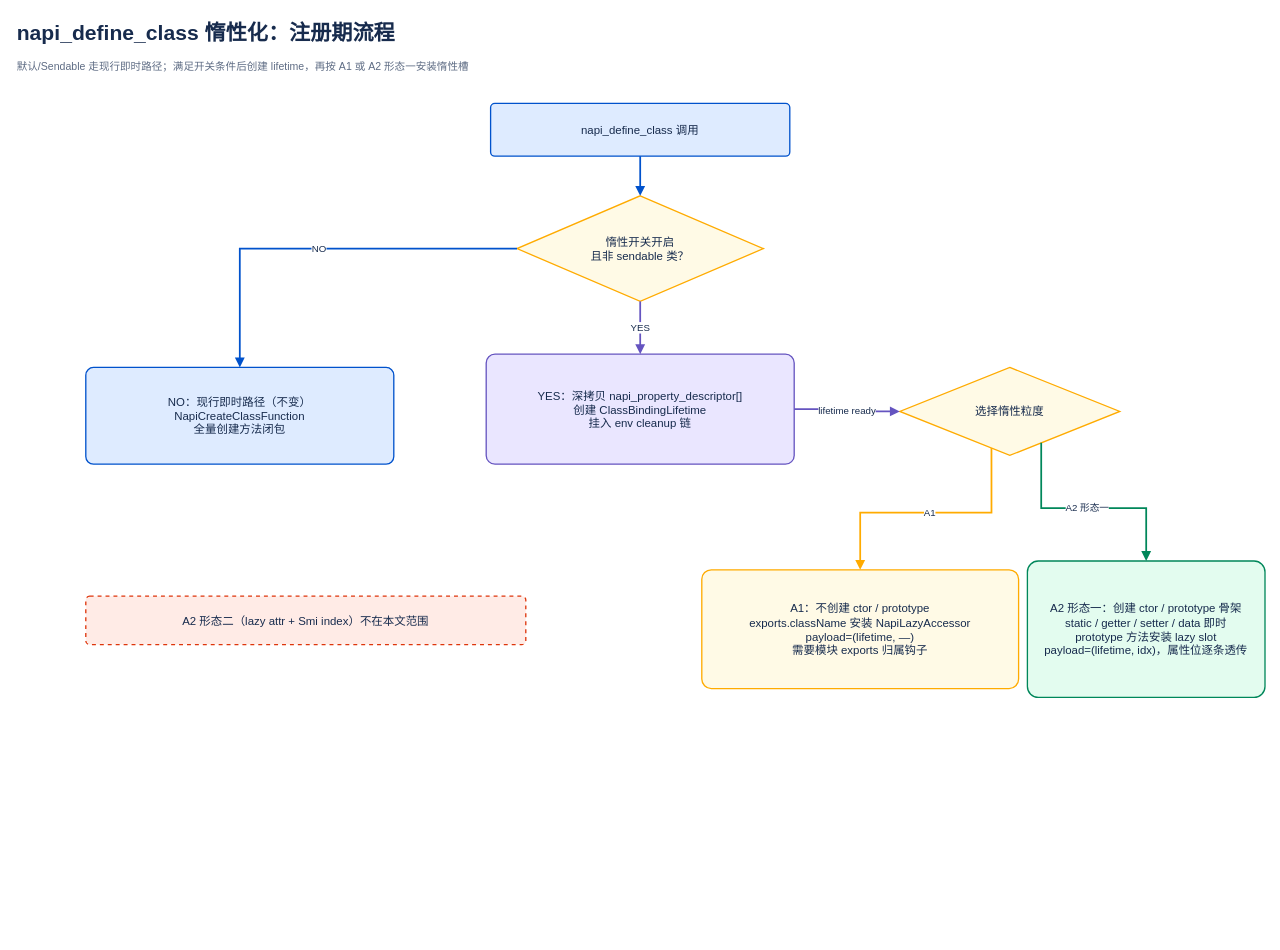
xuanjiazhen/invest keeps this draw.io diagram as hidden-class-comparison/detailed-proposals/native-interop-lazy-binding/napi-lazy-binding-registration-flow.drawio. Above is the earlier version. Source tidied: cells renumbered, new cells numbered last; positions are measured from the earlier drawing's top-left corner, leaving out a move shared by most shapes. Both pictures are drawn from the tidied source at 88%, with x=0, y=0 at pixel (15, 15).
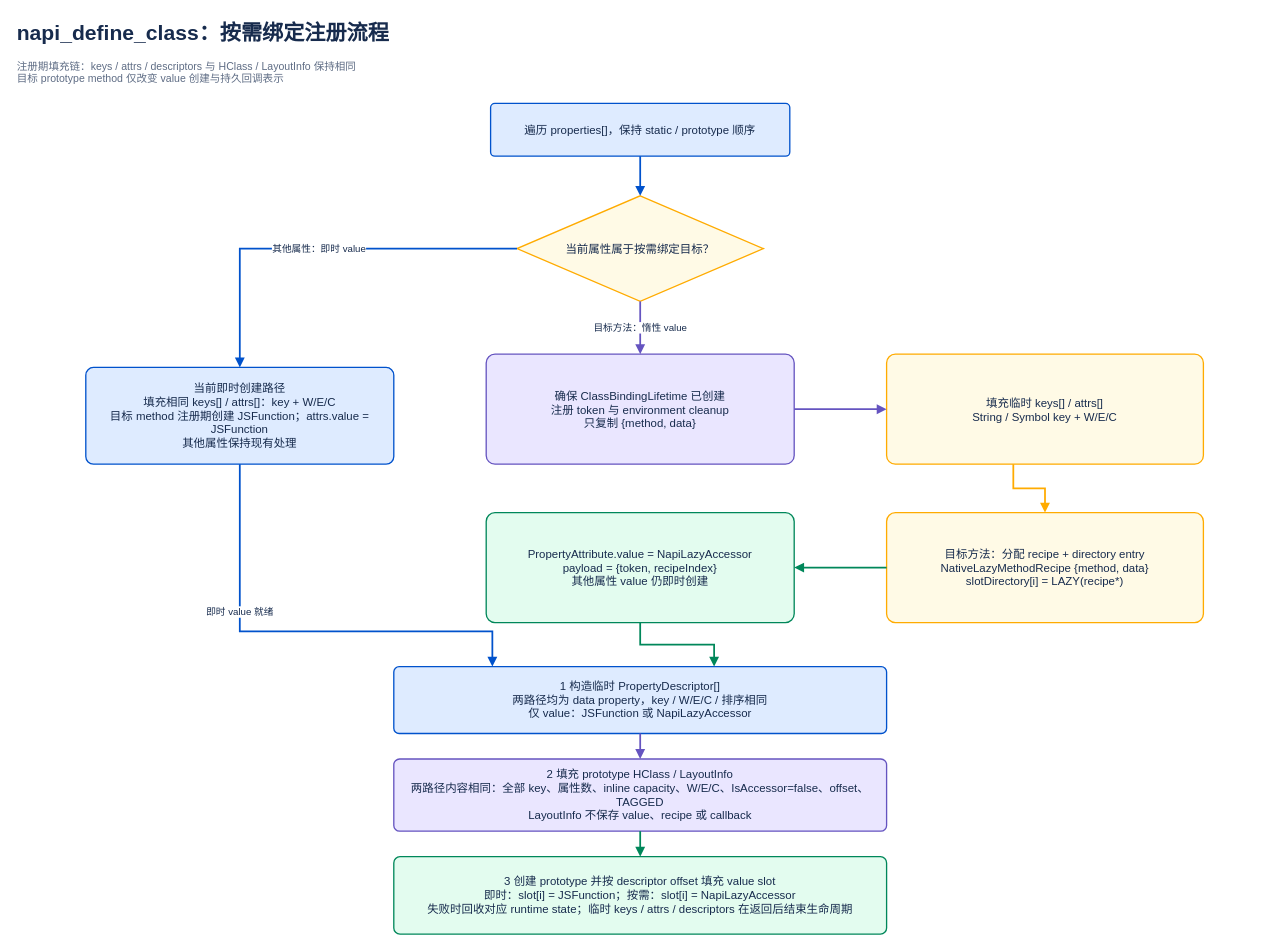
Above is the later version.

Diff of the diagram source:
```diff
@@
-    <mxCell id="2" value="napi_define_class 惰性化：注册期流程" style="text;html=1;strokeColor=none;fillColor=none;align=left;verticalAlign=middle;fontSize=24;fontStyle=1;fontColor=#172B4D;whiteSpace=wrap;" parent="1" vertex="1">
+    <mxCell id="2" value="napi_define_class：按需绑定注册流程" style="text;html=1;strokeColor=none;fillColor=none;align=left;verticalAlign=middle;fontSize=24;fontStyle=1;fontColor=#172B4D;whiteSpace=wrap;" parent="1" vertex="1">
       <mxGeometry width="1420" height="42" as="geometry" />
     </mxCell>
-    <mxCell id="3" value="默认/Sendable 走现行即时路径；满足开关条件后创建 lifetime，再按 A1 或 A2 形态一安装惰性槽" style="text;html=1;strokeColor=none;fillColor=none;align=left;verticalAlign=top;fontSize=12;fontColor=#5E6C84;whiteSpace=wrap;" parent="1" vertex="1">
+    <mxCell id="3" value="注册期填充链：keys / attrs / descriptors 与 HClass / LayoutInfo 保持相同&lt;div&gt;目标 prototype method 仅改变 value 创建与持久回调表示&lt;/div&gt;" style="text;html=1;strokeColor=none;fillColor=none;align=left;verticalAlign=top;fontSize=12;fontColor=#5E6C84;whiteSpace=wrap;" parent="1" vertex="1">
       <mxGeometry y="44" width="1420" height="34" as="geometry" />
     </mxCell>
-    <mxCell id="4" value="napi_define_class 调用" style="rounded=1;arcSize=8;whiteSpace=wrap;html=1;align=center;verticalAlign=middle;fontSize=13;spacing=8;fillColor=#DEEBFF;strokeColor=#0052CC;strokeWidth=1.5;fontColor=#172B4D;" parent="1" vertex="1">
+    <mxCell id="4" value="遍历 properties[]，保持 static / prototype 顺序" style="rounded=1;arcSize=8;whiteSpace=wrap;html=1;align=center;verticalAlign=middle;fontSize=13;spacing=8;fillColor=#DEEBFF;strokeColor=#0052CC;strokeWidth=1.5;fontColor=#172B4D;" parent="1" vertex="1">
       <mxGeometry x="540" y="100" width="340" height="60" as="geometry" />
     </mxCell>
-    <mxCell id="5" value="惰性开关开启&lt;br&gt;且非 sendable 类？" style="rhombus;whiteSpace=wrap;html=1;align=center;verticalAlign=middle;fontSize=13;spacing=8;fillColor=#FFFAE6;strokeColor=#FFAB00;strokeWidth=1.5;fontColor=#172B4D;" parent="1" vertex="1">
+    <mxCell id="5" value="当前属性属于按需绑定目标？" style="rhombus;whiteSpace=wrap;html=1;align=center;verticalAlign=middle;fontSize=13;spacing=8;fillColor=#FFFAE6;strokeColor=#FFAB00;strokeWidth=1.5;fontColor=#172B4D;" parent="1" vertex="1">
       <mxGeometry x="570" y="205" width="280" height="120" as="geometry" />
     </mxCell>
-    <mxCell id="6" value="NO：现行即时路径（不变）&lt;br&gt;NapiCreateClassFunction&lt;br&gt;全量创建方法闭包" style="rounded=1;arcSize=8;whiteSpace=wrap;html=1;align=center;verticalAlign=middle;fontSize=13;spacing=8;fillColor=#DEEBFF;strokeColor=#0052CC;strokeWidth=1.5;fontColor=#172B4D;" parent="1" vertex="1">
+    <mxCell id="6" value="当前即时创建路径&lt;div&gt;填充相同 keys[] / attrs[]：key + W/E/C&lt;/div&gt;&lt;div&gt;目标 method 注册期创建 JSFunction；attrs.value = JSFunction&lt;/div&gt;&lt;div&gt;其他属性保持现有处理&lt;/div&gt;" style="rounded=1;arcSize=8;whiteSpace=wrap;html=1;align=center;verticalAlign=middle;fontSize=13;spacing=8;fillColor=#DEEBFF;strokeColor=#0052CC;strokeWidth=1.5;fontColor=#172B4D;" parent="1" vertex="1">
       <mxGeometry x="80" y="400" width="350" height="110" as="geometry" />
     </mxCell>
-    <mxCell id="7" value="YES：深拷贝 napi_property_descriptor[]&lt;br&gt;创建 ClassBindingLifetime&lt;br&gt;挂入 env cleanup 链" style="rounded=1;arcSize=8;whiteSpace=wrap;html=1;align=center;verticalAlign=middle;fontSize=13;spacing=8;fillColor=#EAE6FF;strokeColor=#6554C0;strokeWidth=1.5;fontColor=#172B4D;" parent="1" vertex="1">
+    <mxCell id="7" value="确保 ClassBindingLifetime 已创建&lt;div&gt;注册 token 与 environment cleanup&lt;/div&gt;&lt;div&gt;只复制 {method, data}&lt;/div&gt;" style="rounded=1;arcSize=8;whiteSpace=wrap;html=1;align=center;verticalAlign=middle;fontSize=13;spacing=8;fillColor=#EAE6FF;strokeColor=#6554C0;strokeWidth=1.5;fontColor=#172B4D;" parent="1" vertex="1">
       <mxGeometry x="535" y="385" width="350" height="125" as="geometry" />
     </mxCell>
-    <mxCell id="8" value="选择惰性粒度" style="rhombus;whiteSpace=wrap;html=1;align=center;verticalAlign=middle;fontSize=13;spacing=8;fillColor=#FFFAE6;strokeColor=#FFAB00;strokeWidth=1.5;fontColor=#172B4D;" parent="1" vertex="1">
-      <mxGeometry x="1005" y="400" width="250" height="100" as="geometry" />
+    <mxCell id="8" value="填充临时 keys[] / attrs[]&lt;div&gt;String / Symbol key + W/E/C&lt;/div&gt;" style="rounded=1;arcSize=8;whiteSpace=wrap;html=1;align=center;verticalAlign=middle;fontSize=13;spacing=8;fillColor=#FFFAE6;strokeColor=#FFAB00;strokeWidth=1.5;fontColor=#172B4D;" parent="1" vertex="1">
+      <mxGeometry x="990" y="385" width="360" height="125" as="geometry" />
     </mxCell>
-    <mxCell id="9" value="A1：不创建 ctor / prototype&lt;br&gt;exports.className 安装 NapiLazyAccessor&lt;br&gt;payload=(lifetime, —)&lt;br&gt;需要模块 exports 归属钩子" style="rounded=1;arcSize=8;whiteSpace=wrap;html=1;align=center;verticalAlign=middle;fontSize=13;spacing=8;fillColor=#FFFAE6;strokeColor=#FFAB00;strokeWidth=1.5;fontColor=#172B4D;" parent="1" vertex="1">
-      <mxGeometry x="780" y="630" width="360" height="135" as="geometry" />
+    <mxCell id="9" value="目标方法：分配 recipe + directory entry&lt;div&gt;NativeLazyMethodRecipe {method, data}&lt;/div&gt;&lt;div&gt;slotDirectory[i] = LAZY(recipe*)&lt;/div&gt;" style="rounded=1;arcSize=8;whiteSpace=wrap;html=1;align=center;verticalAlign=middle;fontSize=13;spacing=8;fillColor=#FFFAE6;strokeColor=#FFAB00;strokeWidth=1.5;fontColor=#172B4D;" parent="1" vertex="1">
+      <mxGeometry x="990" y="565" width="360" height="125" as="geometry" />
     </mxCell>
-    <mxCell id="10" value="A2 形态一：创建 ctor / prototype 骨架&lt;br&gt;static / getter / setter / data 即时&lt;br&gt;prototype 方法安装 lazy slot&lt;br&gt;payload=(lifetime, idx)，属性位逐条透传" style="rounded=1;arcSize=8;whiteSpace=wrap;html=1;align=center;verticalAlign=middle;fontSize=13;spacing=8;fillColor=#E3FCEF;strokeColor=#00875A;strokeWidth=1.5;fontColor=#172B4D;" parent="1" vertex="1">
-      <mxGeometry x="1150" y="620" width="270" height="155" as="geometry" />
+    <mxCell id="10" value="PropertyAttribute.value = NapiLazyAccessor&lt;div&gt;payload = {token, recipeIndex}&lt;/div&gt;&lt;div&gt;其他属性 value 仍即时创建&lt;/div&gt;" style="rounded=1;arcSize=8;whiteSpace=wrap;html=1;align=center;verticalAlign=middle;fontSize=13;spacing=8;fillColor=#E3FCEF;strokeColor=#00875A;strokeWidth=1.5;fontColor=#172B4D;" parent="1" vertex="1">
+      <mxGeometry x="535" y="565" width="350" height="125" as="geometry" />
     </mxCell>
@@
-    <mxCell id="12" value="NO" style="edgeStyle=orthogonalEdgeStyle;rounded=0;jettySize=auto;html=1;strokeColor=#0052CC;strokeWidth=2;endArrow=block;endFill=1;fontSize=11;fontColor=#172B4D;labelBackgroundColor=#FFFFFF;exitX=0;exitY=0.5;entryX=0.5;entryY=0;" parent="1" edge="1" source="5" target="6">
+    <mxCell id="12" value="其他属性：即时 value" style="edgeStyle=orthogonalEdgeStyle;rounded=0;jettySize=auto;html=1;strokeColor=#0052CC;strokeWidth=2;endArrow=block;endFill=1;fontSize=11;fontColor=#172B4D;labelBackgroundColor=#FFFFFF;exitX=0;exitY=0.5;entryX=0.5;entryY=0;" parent="1" edge="1" source="5" target="6">
       <mxGeometry relative="1" as="geometry">
         <Array as="points">
           <mxPoint x="460" y="265" />
           <mxPoint x="255" y="265" />
         </Array>
       </mxGeometry>
     </mxCell>
-    <mxCell id="13" value="YES" style="edgeStyle=orthogonalEdgeStyle;rounded=0;jettySize=auto;html=1;strokeColor=#6554C0;strokeWidth=2;endArrow=block;endFill=1;fontSize=11;fontColor=#172B4D;labelBackgroundColor=#FFFFFF;exitX=0.5;exitY=1;entryX=0.5;entryY=0;" parent="1" edge="1" source="5" target="7">
+    <mxCell id="13" value="目标方法：惰性 value" style="edgeStyle=orthogonalEdgeStyle;rounded=0;jettySize=auto;html=1;strokeColor=#6554C0;strokeWidth=2;endArrow=block;endFill=1;fontSize=11;fontColor=#172B4D;labelBackgroundColor=#FFFFFF;exitX=0.5;exitY=1;entryX=0.5;entryY=0;" parent="1" edge="1" source="5" target="7">
       <mxGeometry relative="1" as="geometry" />
     </mxCell>
-    <mxCell id="14" value="lifetime ready" style="edgeStyle=orthogonalEdgeStyle;rounded=0;jettySize=auto;html=1;strokeColor=#6554C0;strokeWidth=2;endArrow=block;endFill=1;fontSize=11;fontColor=#172B4D;labelBackgroundColor=#FFFFFF;exitX=1;exitY=0.5;entryX=0;entryY=0.5;" parent="1" edge="1" source="7" target="8">
+    <mxCell id="14" style="edgeStyle=orthogonalEdgeStyle;rounded=0;jettySize=auto;html=1;strokeColor=#6554C0;strokeWidth=2;endArrow=block;endFill=1;fontSize=11;fontColor=#172B4D;labelBackgroundColor=#FFFFFF;exitX=1;exitY=0.5;entryX=0;entryY=0.5;" parent="1" edge="1" source="7" target="8">
       <mxGeometry relative="1" as="geometry" />
     </mxCell>
-    <mxCell id="15" value="A1" style="edgeStyle=orthogonalEdgeStyle;rounded=0;jettySize=auto;html=1;strokeColor=#FFAB00;strokeWidth=2;endArrow=block;endFill=1;fontSize=11;fontColor=#172B4D;labelBackgroundColor=#FFFFFF;exitX=0.4;exitY=1;entryX=0.5;entryY=0;" parent="1" edge="1" source="8" target="9">
+    <mxCell id="15" style="edgeStyle=orthogonalEdgeStyle;rounded=0;jettySize=auto;html=1;strokeColor=#FFAB00;strokeWidth=2;endArrow=block;endFill=1;fontSize=11;fontColor=#172B4D;labelBackgroundColor=#FFFFFF;exitX=0.4;exitY=1;entryX=0.5;entryY=0;" parent="1" edge="1" source="8" target="9">
       <mxGeometry relative="1" as="geometry" />
     </mxCell>
-    <mxCell id="16" value="A2 形态一" style="edgeStyle=orthogonalEdgeStyle;rounded=0;jettySize=auto;html=1;strokeColor=#00875A;strokeWidth=2;endArrow=block;endFill=1;fontSize=11;fontColor=#172B4D;labelBackgroundColor=#FFFFFF;exitX=0.7;exitY=1;entryX=0.5;entryY=0;" parent="1" edge="1" source="8" target="10">
+    <mxCell id="16" style="edgeStyle=orthogonalEdgeStyle;rounded=0;jettySize=auto;html=1;strokeColor=#00875A;strokeWidth=2;endArrow=block;endFill=1;fontSize=11;fontColor=#172B4D;labelBackgroundColor=#FFFFFF;exitX=0;exitY=0.5;entryX=1;entryY=0.5;" parent="1" edge="1" source="9" target="10">
       <mxGeometry relative="1" as="geometry" />
     </mxCell>
+    <mxCell id="18" style="edgeStyle=orthogonalEdgeStyle;rounded=0;jettySize=auto;html=1;strokeColor=#00875A;strokeWidth=2;endArrow=block;endFill=1;exitX=0.5;exitY=1;entryX=0.65;entryY=0;" parent="1" edge="1" source="10" target="17">
+      <mxGeometry relative="1" as="geometry" />
+    </mxCell>
+    <mxCell id="19" value="即时 value 就绪" style="edgeStyle=orthogonalEdgeStyle;rounded=0;jettySize=auto;html=1;strokeColor=#0052CC;strokeWidth=2;endArrow=block;endFill=1;fontSize=11;fontColor=#172B4D;labelBackgroundColor=#FFFFFF;exitX=0.5;exitY=1;entryX=0.2;entryY=0;" parent="1" edge="1" source="6" target="17">
+      <mxGeometry x="-0.35" relative="1" as="geometry">
+        <Array as="points">
+          <mxPoint x="255" y="700" />
+          <mxPoint x="542" y="700" />
+        </Array>
+      </mxGeometry>
+    </mxCell>
-    <mxCell id="17" value="A2 形态二（lazy attr + Smi index）不在本文范围" style="rounded=1;arcSize=8;whiteSpace=wrap;html=1;align=center;verticalAlign=middle;fontSize=13;spacing=8;fillColor=#FFEBE6;strokeColor=#DE350B;strokeWidth=1.5;fontColor=#172B4D;dashed=1;" parent="1" vertex="1">
-      <mxGeometry x="80" y="660" width="500" height="55" as="geometry" />
+    <mxCell id="17" value="1  构造临时 PropertyDescriptor[]&lt;div&gt;两路径均为 data property，key / W/E/C / 排序相同&lt;/div&gt;&lt;div&gt;仅 value：JSFunction 或 NapiLazyAccessor&lt;/div&gt;" style="rounded=1;arcSize=8;whiteSpace=wrap;html=1;align=center;verticalAlign=middle;fontSize=13;spacing=8;fillColor=#DEEBFF;strokeColor=#0052CC;strokeWidth=1.5;fontColor=#172B4D;" parent="1" vertex="1">
+      <mxGeometry x="430" y="740" width="560" height="76" as="geometry" />
     </mxCell>
+    <mxCell id="20" value="2  填充 prototype HClass / LayoutInfo&lt;div&gt;两路径内容相同：全部 key、属性数、inline capacity、W/E/C、IsAccessor=false、offset、TAGGED&lt;/div&gt;&lt;div&gt;LayoutInfo 不保存 value、recipe 或 callback&lt;/div&gt;" style="rounded=1;arcSize=8;whiteSpace=wrap;html=1;align=center;verticalAlign=middle;fontSize=13;spacing=8;fillColor=#EAE6FF;strokeColor=#6554C0;strokeWidth=1.5;fontColor=#172B4D;" parent="1" vertex="1">
+      <mxGeometry x="430" y="845" width="560" height="82" as="geometry" />
+    </mxCell>
+    <mxCell id="21" value="3  创建 prototype 并按 descriptor offset 填充 value slot&lt;div&gt;即时：slot[i] = JSFunction；按需：slot[i] = NapiLazyAccessor&lt;/div&gt;&lt;div&gt;失败时回收对应 runtime state；临时 keys / attrs / descriptors 在返回后结束生命周期&lt;/div&gt;" style="rounded=1;arcSize=8;whiteSpace=wrap;html=1;align=center;verticalAlign=middle;fontSize=13;spacing=8;fillColor=#E3FCEF;strokeColor=#00875A;strokeWidth=1.5;fontColor=#172B4D;" parent="1" vertex="1">
+      <mxGeometry x="430" y="956" width="560" height="88" as="geometry" />
+    </mxCell>
+    <mxCell id="22" style="edgeStyle=orthogonalEdgeStyle;rounded=0;jettySize=auto;html=1;strokeColor=#6554C0;strokeWidth=2;endArrow=block;endFill=1;exitX=0.5;exitY=1;entryX=0.5;entryY=0;" parent="1" edge="1" source="17" target="20">
+      <mxGeometry relative="1" as="geometry" />
+    </mxCell>
+    <mxCell id="23" style="edgeStyle=orthogonalEdgeStyle;rounded=0;jettySize=auto;html=1;strokeColor=#00875A;strokeWidth=2;endArrow=block;endFill=1;exitX=0.5;exitY=1;entryX=0.5;entryY=0;" parent="1" edge="1" source="20" target="21">
+      <mxGeometry relative="1" as="geometry" />
+    </mxCell>
```
